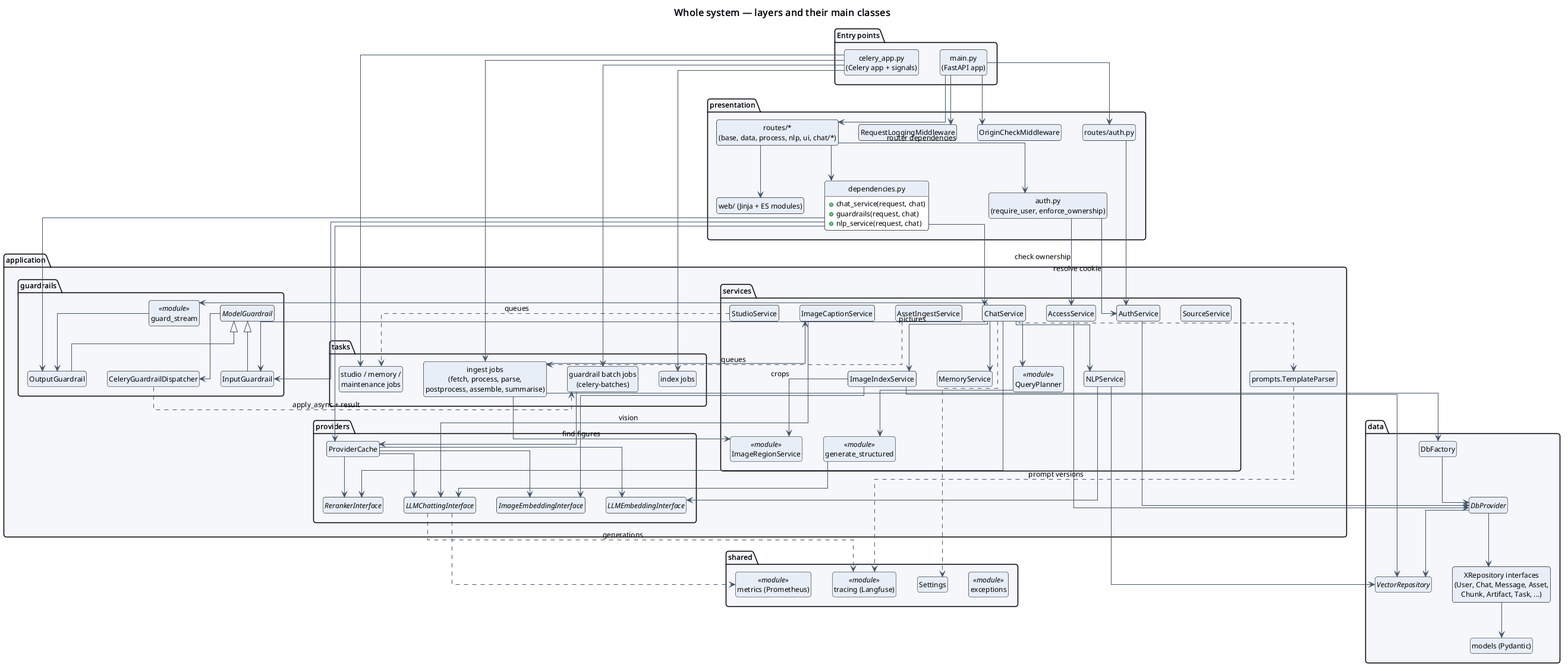
This is software_engineering/4_class_diagrams/system_overview.png from omarTBakr/notebookllm-minus, a PlantUML export, as it was before one commit. Source of this version:
```plantuml
@startuml
!include ../_style.iuml
title Whole system — layers and their main classes
skinparam linetype ortho
allowmixing

package "Entry points" {
  class "main.py\n(FastAPI app)" as Main
  class "celery_app.py\n(Celery app + signals)" as CeleryApp
}

package "presentation" {
  class "routes/*\n(base, data, process, nlp, ui, chat/*)" as Routes
  class "dependencies.py" as Deps {
    +chat_service(request, chat)
    +guardrails(request, chat)
    +nlp_service(request, chat)
  }
  class "RequestLoggingMiddleware" as MW
  class "OriginCheckMiddleware" as OCM
  class "auth.py\n(require_user, enforce_ownership)" as AuthDeps
  class "routes/auth.py" as AuthRoutes
  class "web/ (Jinja + ES modules)" as Web
}

package "application" {
  package "services" {
    class AuthService
    class AccessService
    class ChatService
    class QueryPlanner <<module>>
    class NLPService
    class ImageIndexService
    class ImageCaptionService
    class "ImageRegionService" as IRS <<module>>
    class MemoryService
    class StudioService
    class AssetIngestService
    class SourceService
    class "generate_structured" as SG <<module>>
  }
  package "guardrails" {
    abstract class ModelGuardrail
    class InputGuardrail
    class OutputGuardrail
    class "guard_stream" as GS <<module>>
    class CeleryGuardrailDispatcher
  }
  package "providers" {
    class ProviderCache
    interface LLMChattingInterface
    interface LLMEmbeddingInterface
    interface RerankerInterface
    interface ImageEmbeddingInterface
  }
  package "tasks" {
    class "ingest jobs\n(fetch, process, parse,\npostprocess, assemble, summarise)" as IngestJobs
    class "index jobs" as IndexJobs
    class "studio / memory /\nmaintenance jobs" as OtherJobs
    class "guardrail batch jobs\n(celery-batches)" as GuardJobs
  }
  class "prompts.TemplateParser" as TP
}

package "data" {
  class DbFactory
  abstract class DbProvider
  interface VectorRepository
  class "XRepository interfaces\n(User, Chat, Message, Asset,\nChunk, Artifact, Task, ...)" as Repos
  class "models (Pydantic)" as Models
}

package "shared" {
  class Settings
  class "tracing (Langfuse)" as Tracing <<module>>
  class "metrics (Prometheus)" as Metrics <<module>>
  class "exceptions" as Exc <<module>>
}

Main --> Routes
Main --> MW
Main --> OCM
Main --> AuthRoutes
Routes --> AuthDeps : router dependencies
AuthDeps --> AuthService : resolve cookie
AuthDeps --> AccessService : check ownership
AuthRoutes --> AuthService
AuthService --> DbProvider
AccessService --> DbProvider
Routes --> Deps
Deps --> ChatService
Deps --> InputGuardrail
Deps --> OutputGuardrail
Deps --> ProviderCache
Routes --> Web

ChatService --> QueryPlanner
ChatService --> NLPService
ChatService --> MemoryService
ChatService --> RerankerInterface
ChatService --> InputGuardrail
ChatService --> GS
GS --> OutputGuardrail
ModelGuardrail <|-- InputGuardrail
ModelGuardrail <|-- OutputGuardrail
ModelGuardrail --> CeleryGuardrailDispatcher
CeleryGuardrailDispatcher ..> GuardJobs : apply_async + result
QueryPlanner --> SG
SG --> LLMChattingInterface
ProviderCache --> LLMChattingInterface
ProviderCache --> LLMEmbeddingInterface
ProviderCache --> RerankerInterface
NLPService --> LLMEmbeddingInterface
NLPService --> VectorRepository
ChatService --> ImageIndexService : pictures
ImageIndexService --> ImageEmbeddingInterface
ImageIndexService --> VectorRepository
ImageIndexService --> IRS : crops
ProviderCache --> ImageEmbeddingInterface
IngestJobs --> ImageCaptionService
IngestJobs --> IRS : find figures
ImageCaptionService --> LLMChattingInterface : vision

CeleryApp --> IngestJobs
CeleryApp --> IndexJobs
CeleryApp --> OtherJobs
CeleryApp --> GuardJobs
AssetIngestService ..> IngestJobs : queues
StudioService ..> OtherJobs : queues
IngestJobs --> DbFactory
GuardJobs --> ProviderCache

DbFactory --> DbProvider
DbProvider --> Repos
DbProvider --> VectorRepository
Repos --> Models

ChatService ..> TP
TP ..> Tracing : prompt versions
LLMChattingInterface ..> Tracing : generations
LLMChattingInterface ..> Metrics
ChatService ..> Settings
@enduml
```
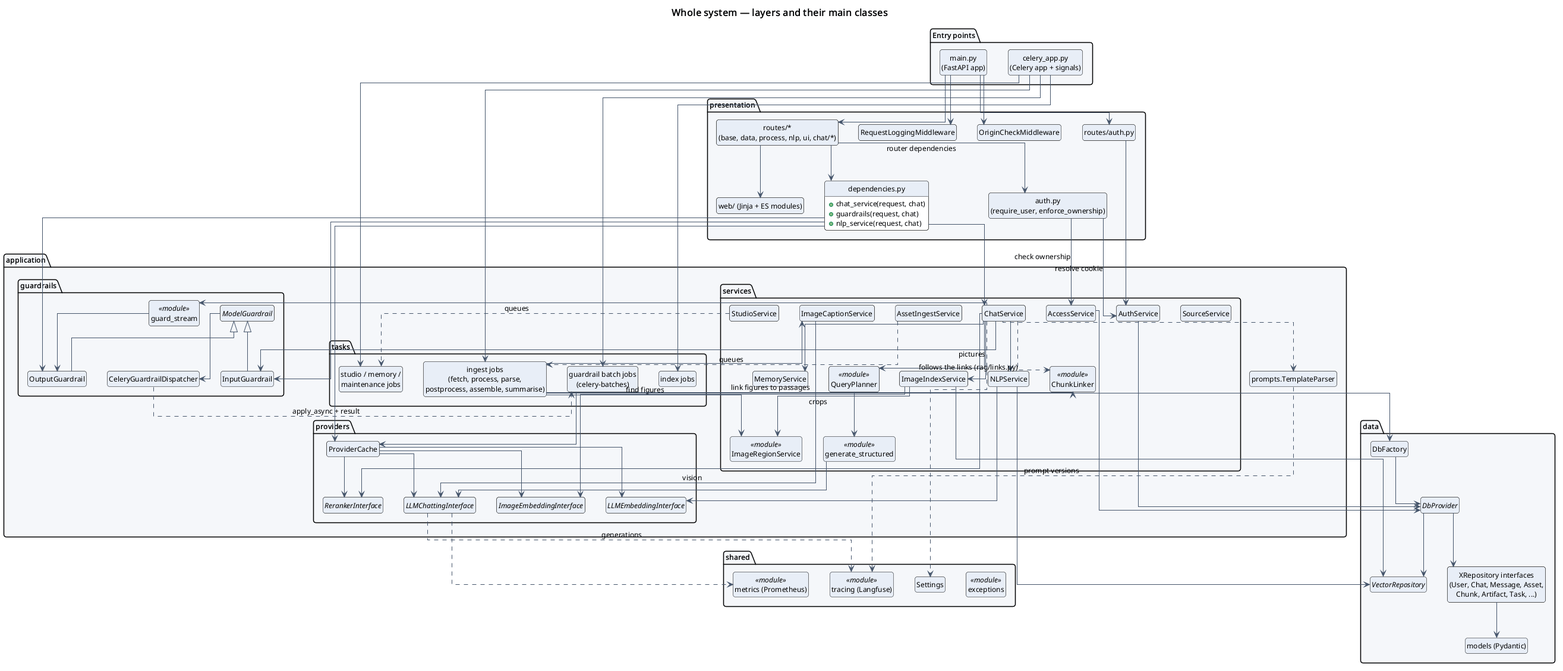
The same diagram one commit later.

Diff of the diagram source:
```diff
@@ -33,6 +33,7 @@
     class ImageIndexService
     class ImageCaptionService
     class "ImageRegionService" as IRS <<module>>
+    class "ChunkLinker" as Linker <<module>>
     class MemoryService
     class StudioService
     class AssetIngestService
@@ -119,6 +120,8 @@
 ProviderCache --> ImageEmbeddingInterface
 IngestJobs --> ImageCaptionService
 IngestJobs --> IRS : find figures
+IngestJobs --> Linker : link figures to passages
+ChatService ..> Linker : follows the links (rag/links.py)
 ImageCaptionService --> LLMChattingInterface : vision
 
 CeleryApp --> IngestJobs
```
